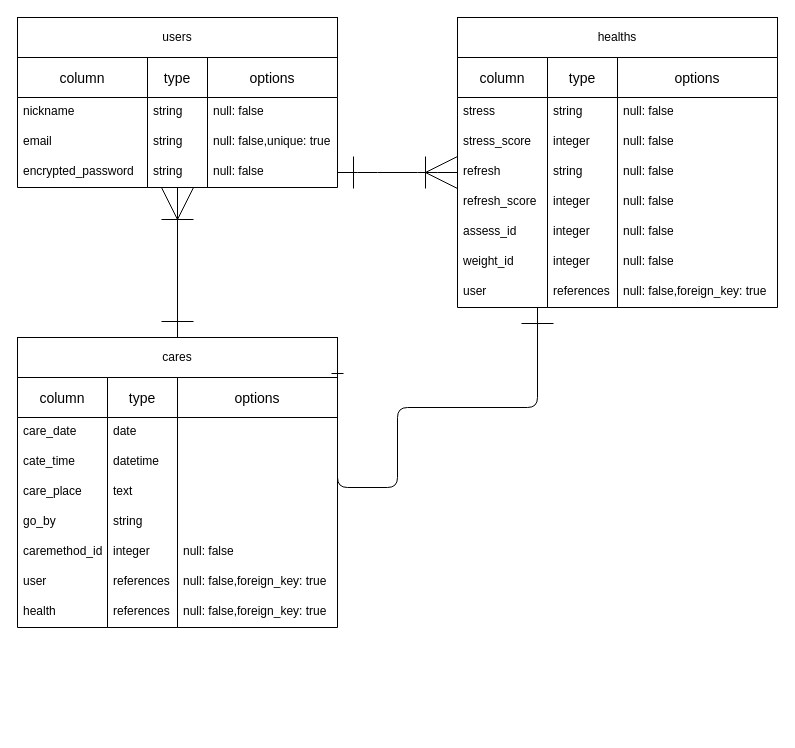
Sugi-Hi/healthcare-39228 keeps this draw.io diagram as healthcare.dio. Above is the earlier version. Source tidied: cells renumbered, new cells numbered last; positions are measured from the earlier drawing's top-left corner, leaving out a move shared by most shapes. Both pictures are drawn from the tidied source at 100%, with x=0, y=0 at pixel (17, 17).
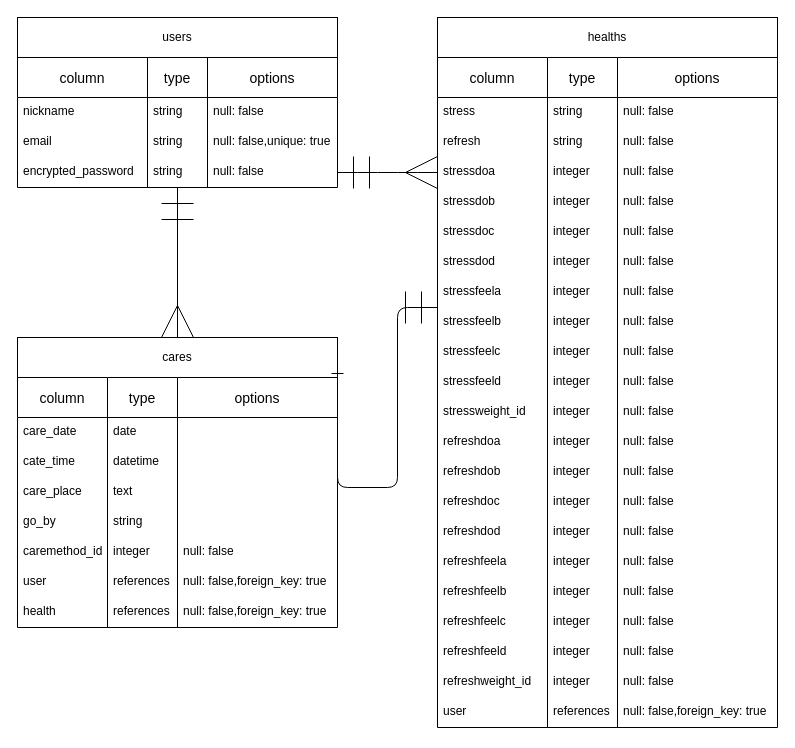
Above is the later version.

Commit message (it also covers changes not shown here):
README・ER図の追加・訂正

The change refers to these unchanged cells:
```xml
<mxCell id="13" value="null: false" style="text;strokeColor=none;fillColor=none;spacingLeft=4;spacingRight=4;overflow=hidden;points=[[0,0.5],[1,0.5]];portConstraint=eastwest;fontSize=12;" parent="10" vertex="1">
  <mxGeometry y="100" width="130" height="30" as="geometry" />
</mxCell>
<mxCell id="40" value="cares" style="whiteSpace=wrap;html=1;align=center;" parent="1" vertex="1">
  <mxGeometry y="320" width="320" height="40" as="geometry" />
</mxCell>
```

What changed in the source:
```diff
@@
     <mxCell id="15" value="healths" style="whiteSpace=wrap;html=1;align=center;" parent="1" vertex="1">
-      <mxGeometry x="440" width="320" height="40" as="geometry" />
+      <mxGeometry x="420" width="340" height="40" as="geometry" />
     </mxCell>
     <mxCell id="16" value="column" style="swimlane;fontStyle=0;horizontal=1;startSize=40;align=center;fontSize=14;" parent="1" vertex="1">
-      <mxGeometry x="440" y="40" width="90" height="250" as="geometry" />
+      <mxGeometry x="420" y="40" width="110" height="670" as="geometry" />
     </mxCell>
     <mxCell id="17" value="stress" style="text;strokeColor=none;fillColor=none;spacingLeft=4;spacingRight=4;overflow=hidden;fontSize=12;" parent="16" vertex="1">
-      <mxGeometry y="40" width="90" height="30" as="geometry" />
+      <mxGeometry y="40" width="110" height="30" as="geometry" />
     </mxCell>
-    <mxCell id="18" value="stress_score" style="text;strokeColor=none;fillColor=none;spacingLeft=4;spacingRight=4;overflow=hidden;fontSize=12;" parent="16" vertex="1">
-      <mxGeometry y="70" width="90" height="30" as="geometry" />
-    </mxCell>
     <mxCell id="19" value="refresh" style="text;strokeColor=none;fillColor=none;spacingLeft=4;spacingRight=4;overflow=hidden;fontSize=12;" parent="16" vertex="1">
-      <mxGeometry y="100" width="90" height="30" as="geometry" />
+      <mxGeometry y="70" width="110" height="30" as="geometry" />
     </mxCell>
-    <mxCell id="20" value="refresh_score" style="text;strokeColor=none;fillColor=none;spacingLeft=4;spacingRight=4;overflow=hidden;fontSize=12;" parent="16" vertex="1">
-      <mxGeometry y="130" width="90" height="30" as="geometry" />
+    <mxCell id="20" value="stressdoa" style="text;strokeColor=none;fillColor=none;spacingLeft=4;spacingRight=4;overflow=hidden;fontSize=12;" parent="16" vertex="1">
+      <mxGeometry y="100" width="110" height="30" as="geometry" />
     </mxCell>
-    <mxCell id="21" value="assess_id" style="text;strokeColor=none;fillColor=none;spacingLeft=4;spacingRight=4;overflow=hidden;fontSize=12;" parent="16" vertex="1">
-      <mxGeometry y="160" width="90" height="30" as="geometry" />
+    <mxCell id="21" value="stressdob" style="text;strokeColor=none;fillColor=none;spacingLeft=4;spacingRight=4;overflow=hidden;fontSize=12;" parent="16" vertex="1">
+      <mxGeometry y="130" width="110" height="30" as="geometry" />
     </mxCell>
-    <mxCell id="22" value="weight_id" style="text;strokeColor=none;fillColor=none;spacingLeft=4;spacingRight=4;overflow=hidden;fontSize=12;" parent="16" vertex="1">
-      <mxGeometry y="190" width="90" height="30" as="geometry" />
+    <mxCell id="22" value="stressdoc" style="text;strokeColor=none;fillColor=none;spacingLeft=4;spacingRight=4;overflow=hidden;fontSize=12;" parent="16" vertex="1">
+      <mxGeometry y="160" width="110" height="30" as="geometry" />
     </mxCell>
+    <mxCell id="68" value="stressdod" style="text;strokeColor=none;fillColor=none;spacingLeft=4;spacingRight=4;overflow=hidden;fontSize=12;" parent="16" vertex="1">
+      <mxGeometry y="190" width="110" height="30" as="geometry" />
+    </mxCell>
+    <mxCell id="69" value="stressfeela" style="text;strokeColor=none;fillColor=none;spacingLeft=4;spacingRight=4;overflow=hidden;fontSize=12;" parent="16" vertex="1">
+      <mxGeometry y="220" width="110" height="30" as="geometry" />
+    </mxCell>
+    <mxCell id="70" value="stressfeelb" style="text;strokeColor=none;fillColor=none;spacingLeft=4;spacingRight=4;overflow=hidden;fontSize=12;" parent="16" vertex="1">
+      <mxGeometry y="250" width="110" height="30" as="geometry" />
+    </mxCell>
+    <mxCell id="71" value="stressfeelc" style="text;strokeColor=none;fillColor=none;spacingLeft=4;spacingRight=4;overflow=hidden;fontSize=12;" parent="16" vertex="1">
+      <mxGeometry y="280" width="110" height="30" as="geometry" />
+    </mxCell>
+    <mxCell id="72" value="stressfeeld" style="text;strokeColor=none;fillColor=none;spacingLeft=4;spacingRight=4;overflow=hidden;fontSize=12;" parent="16" vertex="1">
+      <mxGeometry y="310" width="110" height="30" as="geometry" />
+    </mxCell>
+    <mxCell id="73" value="stressweight_id" style="text;strokeColor=none;fillColor=none;spacingLeft=4;spacingRight=4;overflow=hidden;fontSize=12;" parent="16" vertex="1">
+      <mxGeometry y="340" width="110" height="30" as="geometry" />
+    </mxCell>
+    <mxCell id="74" value="refreshdoa" style="text;strokeColor=none;fillColor=none;spacingLeft=4;spacingRight=4;overflow=hidden;fontSize=12;" parent="16" vertex="1">
+      <mxGeometry y="370" width="110" height="30" as="geometry" />
+    </mxCell>
+    <mxCell id="75" value="refreshdob" style="text;strokeColor=none;fillColor=none;spacingLeft=4;spacingRight=4;overflow=hidden;fontSize=12;" parent="16" vertex="1">
+      <mxGeometry y="400" width="110" height="30" as="geometry" />
+    </mxCell>
+    <mxCell id="76" value="refreshdoc" style="text;strokeColor=none;fillColor=none;spacingLeft=4;spacingRight=4;overflow=hidden;fontSize=12;" parent="16" vertex="1">
+      <mxGeometry y="430" width="110" height="30" as="geometry" />
+    </mxCell>
+    <mxCell id="77" value="refreshdod" style="text;strokeColor=none;fillColor=none;spacingLeft=4;spacingRight=4;overflow=hidden;fontSize=12;" parent="16" vertex="1">
+      <mxGeometry y="460" width="110" height="30" as="geometry" />
+    </mxCell>
+    <mxCell id="78" value="refreshfeela" style="text;strokeColor=none;fillColor=none;spacingLeft=4;spacingRight=4;overflow=hidden;fontSize=12;" parent="16" vertex="1">
+      <mxGeometry y="490" width="110" height="30" as="geometry" />
+    </mxCell>
+    <mxCell id="79" value="refreshfeelb" style="text;strokeColor=none;fillColor=none;spacingLeft=4;spacingRight=4;overflow=hidden;fontSize=12;" parent="16" vertex="1">
+      <mxGeometry y="520" width="110" height="30" as="geometry" />
+    </mxCell>
+    <mxCell id="80" value="refreshfeelc" style="text;strokeColor=none;fillColor=none;spacingLeft=4;spacingRight=4;overflow=hidden;fontSize=12;" parent="16" vertex="1">
+      <mxGeometry y="550" width="110" height="30" as="geometry" />
+    </mxCell>
+    <mxCell id="81" value="refreshfeeld" style="text;strokeColor=none;fillColor=none;spacingLeft=4;spacingRight=4;overflow=hidden;fontSize=12;" parent="16" vertex="1">
+      <mxGeometry y="580" width="110" height="30" as="geometry" />
+    </mxCell>
+    <mxCell id="82" value="refreshweight_id" style="text;strokeColor=none;fillColor=none;spacingLeft=4;spacingRight=4;overflow=hidden;fontSize=12;" parent="16" vertex="1">
+      <mxGeometry y="610" width="110" height="30" as="geometry" />
+    </mxCell>
     <mxCell id="23" value="user " style="text;strokeColor=none;fillColor=none;spacingLeft=4;spacingRight=4;overflow=hidden;fontSize=12;" parent="16" vertex="1">
-      <mxGeometry y="220" width="90" height="30" as="geometry" />
+      <mxGeometry y="640" width="110" height="30" as="geometry" />
     </mxCell>
     <mxCell id="24" value="type" style="swimlane;fontStyle=0;horizontal=1;startSize=40;align=center;fontSize=14;" parent="1" vertex="1">
-      <mxGeometry x="530" y="40" width="70" height="250" as="geometry" />
+      <mxGeometry x="530" y="40" width="70" height="670" as="geometry" />
     </mxCell>
@@
-    <mxCell id="26" value="integer" style="text;strokeColor=none;fillColor=none;spacingLeft=4;spacingRight=4;overflow=hidden;fontSize=12;" parent="24" vertex="1">
-      <mxGeometry y="70" width="70" height="30" as="geometry" />
-    </mxCell>
     <mxCell id="27" value="string" style="text;strokeColor=none;fillColor=none;spacingLeft=4;spacingRight=4;overflow=hidden;fontSize=12;" parent="24" vertex="1">
-      <mxGeometry y="100" width="70" height="30" as="geometry" />
+      <mxGeometry y="70" width="70" height="30" as="geometry" />
     </mxCell>
     <mxCell id="28" value="integer" style="text;strokeColor=none;fillColor=none;spacingLeft=4;spacingRight=4;overflow=hidden;fontSize=12;" parent="24" vertex="1">
-      <mxGeometry y="130" width="70" height="30" as="geometry" />
+      <mxGeometry y="100" width="70" height="30" as="geometry" />
     </mxCell>
     <mxCell id="29" value="integer" style="text;strokeColor=none;fillColor=none;spacingLeft=4;spacingRight=4;overflow=hidden;fontSize=12;" parent="24" vertex="1">
-      <mxGeometry y="160" width="70" height="30" as="geometry" />
+      <mxGeometry y="130" width="70" height="30" as="geometry" />
     </mxCell>
     <mxCell id="30" value="integer" style="text;strokeColor=none;fillColor=none;spacingLeft=4;spacingRight=4;overflow=hidden;fontSize=12;" parent="24" vertex="1">
-      <mxGeometry y="190" width="70" height="30" as="geometry" />
+      <mxGeometry y="160" width="70" height="30" as="geometry" />
     </mxCell>
+    <mxCell id="83" value="integer" style="text;strokeColor=none;fillColor=none;spacingLeft=4;spacingRight=4;overflow=hidden;fontSize=12;" parent="24" vertex="1">
+      <mxGeometry y="190" width="70" height="30" as="geometry" />
+    </mxCell>
+    <mxCell id="84" value="integer" style="text;strokeColor=none;fillColor=none;spacingLeft=4;spacingRight=4;overflow=hidden;fontSize=12;" parent="24" vertex="1">
+      <mxGeometry y="220" width="70" height="30" as="geometry" />
+    </mxCell>
+    <mxCell id="85" value="integer" style="text;strokeColor=none;fillColor=none;spacingLeft=4;spacingRight=4;overflow=hidden;fontSize=12;" parent="24" vertex="1">
+      <mxGeometry y="250" width="70" height="30" as="geometry" />
+    </mxCell>
+    <mxCell id="86" value="integer" style="text;strokeColor=none;fillColor=none;spacingLeft=4;spacingRight=4;overflow=hidden;fontSize=12;" parent="24" vertex="1">
+      <mxGeometry y="280" width="70" height="30" as="geometry" />
+    </mxCell>
+    <mxCell id="87" value="integer" style="text;strokeColor=none;fillColor=none;spacingLeft=4;spacingRight=4;overflow=hidden;fontSize=12;" parent="24" vertex="1">
+      <mxGeometry y="310" width="70" height="30" as="geometry" />
+    </mxCell>
+    <mxCell id="88" value="integer" style="text;strokeColor=none;fillColor=none;spacingLeft=4;spacingRight=4;overflow=hidden;fontSize=12;" parent="24" vertex="1">
+      <mxGeometry y="340" width="70" height="30" as="geometry" />
+    </mxCell>
+    <mxCell id="89" value="integer" style="text;strokeColor=none;fillColor=none;spacingLeft=4;spacingRight=4;overflow=hidden;fontSize=12;" parent="24" vertex="1">
+      <mxGeometry y="370" width="70" height="30" as="geometry" />
+    </mxCell>
+    <mxCell id="90" value="integer" style="text;strokeColor=none;fillColor=none;spacingLeft=4;spacingRight=4;overflow=hidden;fontSize=12;" parent="24" vertex="1">
+      <mxGeometry y="400" width="70" height="30" as="geometry" />
+    </mxCell>
+    <mxCell id="91" value="integer" style="text;strokeColor=none;fillColor=none;spacingLeft=4;spacingRight=4;overflow=hidden;fontSize=12;" parent="24" vertex="1">
+      <mxGeometry y="430" width="70" height="30" as="geometry" />
+    </mxCell>
+    <mxCell id="92" value="integer" style="text;strokeColor=none;fillColor=none;spacingLeft=4;spacingRight=4;overflow=hidden;fontSize=12;" parent="24" vertex="1">
+      <mxGeometry y="460" width="70" height="30" as="geometry" />
+    </mxCell>
+    <mxCell id="93" value="integer" style="text;strokeColor=none;fillColor=none;spacingLeft=4;spacingRight=4;overflow=hidden;fontSize=12;" parent="24" vertex="1">
+      <mxGeometry y="490" width="70" height="30" as="geometry" />
+    </mxCell>
+    <mxCell id="94" value="integer" style="text;strokeColor=none;fillColor=none;spacingLeft=4;spacingRight=4;overflow=hidden;fontSize=12;" parent="24" vertex="1">
+      <mxGeometry y="520" width="70" height="30" as="geometry" />
+    </mxCell>
+    <mxCell id="95" value="integer" style="text;strokeColor=none;fillColor=none;spacingLeft=4;spacingRight=4;overflow=hidden;fontSize=12;" parent="24" vertex="1">
+      <mxGeometry y="550" width="70" height="30" as="geometry" />
+    </mxCell>
+    <mxCell id="96" value="integer" style="text;strokeColor=none;fillColor=none;spacingLeft=4;spacingRight=4;overflow=hidden;fontSize=12;" parent="24" vertex="1">
+      <mxGeometry y="580" width="70" height="30" as="geometry" />
+    </mxCell>
+    <mxCell id="97" value="integer" style="text;strokeColor=none;fillColor=none;spacingLeft=4;spacingRight=4;overflow=hidden;fontSize=12;" parent="24" vertex="1">
+      <mxGeometry y="610" width="70" height="30" as="geometry" />
+    </mxCell>
     <mxCell id="31" value="references" style="text;strokeColor=none;fillColor=none;spacingLeft=4;spacingRight=4;overflow=hidden;fontSize=12;" parent="24" vertex="1">
-      <mxGeometry y="220" width="70" height="30" as="geometry" />
+      <mxGeometry y="640" width="70" height="30" as="geometry" />
     </mxCell>
     <mxCell id="32" value="options" style="swimlane;fontStyle=0;horizontal=1;startSize=40;align=center;fontSize=14;" parent="1" vertex="1">
-      <mxGeometry x="600" y="40" width="160" height="250" as="geometry" />
+      <mxGeometry x="600" y="40" width="160" height="670" as="geometry" />
     </mxCell>
@@
-    <mxCell id="34" value="null: false" style="text;strokeColor=none;fillColor=none;spacingLeft=4;spacingRight=4;overflow=hidden;fontSize=12;" parent="32" vertex="1">
-      <mxGeometry y="70" width="160" height="30" as="geometry" />
-    </mxCell>
     <mxCell id="35" value="null: false" style="text;strokeColor=none;fillColor=none;spacingLeft=4;spacingRight=4;overflow=hidden;fontSize=12;" parent="32" vertex="1">
-      <mxGeometry y="100" width="160" height="30" as="geometry" />
+      <mxGeometry y="70" width="160" height="30" as="geometry" />
     </mxCell>
     <mxCell id="36" value="null: false" style="text;strokeColor=none;fillColor=none;spacingLeft=4;spacingRight=4;overflow=hidden;fontSize=12;" parent="32" vertex="1">
-      <mxGeometry y="130" width="160" height="30" as="geometry" />
+      <mxGeometry y="100" width="160" height="30" as="geometry" />
     </mxCell>
     <mxCell id="37" value="null: false" style="text;strokeColor=none;fillColor=none;spacingLeft=4;spacingRight=4;overflow=hidden;fontSize=12;" parent="32" vertex="1">
-      <mxGeometry y="160" width="160" height="30" as="geometry" />
+      <mxGeometry y="130" width="160" height="30" as="geometry" />
     </mxCell>
     <mxCell id="38" value="null: false" style="text;strokeColor=none;fillColor=none;spacingLeft=4;spacingRight=4;overflow=hidden;fontSize=12;" parent="32" vertex="1">
-      <mxGeometry y="190" width="160" height="30" as="geometry" />
+      <mxGeometry y="160" width="160" height="30" as="geometry" />
     </mxCell>
+    <mxCell id="98" value="null: false" style="text;strokeColor=none;fillColor=none;spacingLeft=4;spacingRight=4;overflow=hidden;fontSize=12;" parent="32" vertex="1">
+      <mxGeometry y="190" width="160" height="30" as="geometry" />
+    </mxCell>
+    <mxCell id="99" value="null: false" style="text;strokeColor=none;fillColor=none;spacingLeft=4;spacingRight=4;overflow=hidden;fontSize=12;" parent="32" vertex="1">
+      <mxGeometry y="220" width="160" height="30" as="geometry" />
+    </mxCell>
+    <mxCell id="100" value="null: false" style="text;strokeColor=none;fillColor=none;spacingLeft=4;spacingRight=4;overflow=hidden;fontSize=12;" parent="32" vertex="1">
+      <mxGeometry y="250" width="160" height="30" as="geometry" />
+    </mxCell>
+    <mxCell id="101" value="null: false" style="text;strokeColor=none;fillColor=none;spacingLeft=4;spacingRight=4;overflow=hidden;fontSize=12;" parent="32" vertex="1">
+      <mxGeometry y="280" width="160" height="30" as="geometry" />
+    </mxCell>
+    <mxCell id="102" value="null: false" style="text;strokeColor=none;fillColor=none;spacingLeft=4;spacingRight=4;overflow=hidden;fontSize=12;" parent="32" vertex="1">
+      <mxGeometry y="310" width="160" height="30" as="geometry" />
+    </mxCell>
+    <mxCell id="103" value="null: false" style="text;strokeColor=none;fillColor=none;spacingLeft=4;spacingRight=4;overflow=hidden;fontSize=12;" parent="32" vertex="1">
+      <mxGeometry y="340" width="160" height="30" as="geometry" />
+    </mxCell>
+    <mxCell id="104" value="null: false" style="text;strokeColor=none;fillColor=none;spacingLeft=4;spacingRight=4;overflow=hidden;fontSize=12;" parent="32" vertex="1">
+      <mxGeometry y="370" width="160" height="30" as="geometry" />
+    </mxCell>
+    <mxCell id="105" value="null: false" style="text;strokeColor=none;fillColor=none;spacingLeft=4;spacingRight=4;overflow=hidden;fontSize=12;" parent="32" vertex="1">
+      <mxGeometry y="400" width="160" height="30" as="geometry" />
+    </mxCell>
+    <mxCell id="106" value="null: false" style="text;strokeColor=none;fillColor=none;spacingLeft=4;spacingRight=4;overflow=hidden;fontSize=12;" parent="32" vertex="1">
+      <mxGeometry y="430" width="160" height="30" as="geometry" />
+    </mxCell>
+    <mxCell id="107" value="null: false" style="text;strokeColor=none;fillColor=none;spacingLeft=4;spacingRight=4;overflow=hidden;fontSize=12;" parent="32" vertex="1">
+      <mxGeometry y="460" width="160" height="30" as="geometry" />
+    </mxCell>
+    <mxCell id="108" value="null: false" style="text;strokeColor=none;fillColor=none;spacingLeft=4;spacingRight=4;overflow=hidden;fontSize=12;" parent="32" vertex="1">
+      <mxGeometry y="490" width="160" height="30" as="geometry" />
+    </mxCell>
+    <mxCell id="109" value="null: false" style="text;strokeColor=none;fillColor=none;spacingLeft=4;spacingRight=4;overflow=hidden;fontSize=12;" parent="32" vertex="1">
+      <mxGeometry y="520" width="160" height="30" as="geometry" />
+    </mxCell>
+    <mxCell id="110" value="null: false" style="text;strokeColor=none;fillColor=none;spacingLeft=4;spacingRight=4;overflow=hidden;fontSize=12;" parent="32" vertex="1">
+      <mxGeometry y="550" width="160" height="30" as="geometry" />
+    </mxCell>
+    <mxCell id="111" value="null: false" style="text;strokeColor=none;fillColor=none;spacingLeft=4;spacingRight=4;overflow=hidden;fontSize=12;" parent="32" vertex="1">
+      <mxGeometry y="580" width="160" height="30" as="geometry" />
+    </mxCell>
+    <mxCell id="112" value="null: false" style="text;strokeColor=none;fillColor=none;spacingLeft=4;spacingRight=4;overflow=hidden;fontSize=12;" parent="32" vertex="1">
+      <mxGeometry y="610" width="160" height="30" as="geometry" />
+    </mxCell>
     <mxCell id="39" value="null: false,foreign_key: true" style="text;strokeColor=none;fillColor=none;spacingLeft=4;spacingRight=4;overflow=hidden;fontSize=12;" parent="32" vertex="1">
-      <mxGeometry y="220" width="160" height="30" as="geometry" />
+      <mxGeometry y="640" width="160" height="30" as="geometry" />
     </mxCell>
@@
-    <mxCell id="65" style="edgeStyle=entityRelationEdgeStyle;fontSize=12;html=1;endArrow=ERoneToMany;startArrow=ERone;endSize=30;entryX=0;entryY=0.5;entryDx=0;entryDy=0;targetPerimeterSpacing=0;startSize=30;exitX=1;exitY=0.5;exitDx=0;exitDy=0;startFill=0;" parent="1" edge="1" source="13">
+    <mxCell id="65" style="edgeStyle=entityRelationEdgeStyle;fontSize=12;html=1;endArrow=ERmany;startArrow=ERmandOne;endSize=30;targetPerimeterSpacing=0;startSize=30;exitX=1;exitY=0.5;exitDx=0;exitDy=0;startFill=0;endFill=0;" parent="1" edge="1" source="13">
       <mxGeometry relative="1" as="geometry">
-        <mxPoint x="440" y="155" as="targetPoint" />
+        <mxPoint x="420" y="155" as="targetPoint" />
       </mxGeometry>
     </mxCell>
-    <mxCell id="66" style="fontSize=12;html=1;endArrow=ERoneToMany;startArrow=ERone;endSize=30;targetPerimeterSpacing=0;startSize=30;startFill=0;" parent="1" edge="1">
+    <mxCell id="66" style="fontSize=12;html=1;endArrow=ERmandOne;startArrow=ERmany;endSize=30;targetPerimeterSpacing=0;startSize=30;startFill=0;endFill=0;" parent="1" edge="1">
       <mxGeometry relative="1" as="geometry">
         <mxPoint x="160" y="320" as="sourcePoint" />
         <mxPoint x="160" y="170" as="targetPoint" />
       </mxGeometry>
     </mxCell>
-    <mxCell id="67" style="fontSize=12;html=1;endArrow=ERone;startArrow=ERone;endSize=30;targetPerimeterSpacing=0;startSize=10;exitX=1;exitY=0.75;exitDx=0;exitDy=0;startFill=0;edgeStyle=orthogonalEdgeStyle;endFill=0;" parent="1" edge="1" source="40">
+    <mxCell id="67" style="fontSize=12;html=1;endArrow=ERmandOne;startArrow=ERone;endSize=30;targetPerimeterSpacing=0;startSize=10;exitX=1;exitY=0.75;exitDx=0;exitDy=0;startFill=0;edgeStyle=orthogonalEdgeStyle;endFill=0;" parent="1" edge="1" source="40">
       <mxGeometry relative="1" as="geometry">
-        <mxPoint x="520" y="290" as="targetPoint" />
+        <mxPoint x="420" y="290" as="targetPoint" />
         <Array as="points">
           <mxPoint x="320" y="470" />
           <mxPoint x="380" y="470" />
-          <mxPoint x="380" y="390" />
-          <mxPoint x="520" y="390" />
+          <mxPoint x="380" y="290" />
         </Array>
       </mxGeometry>
     </mxCell>
```
